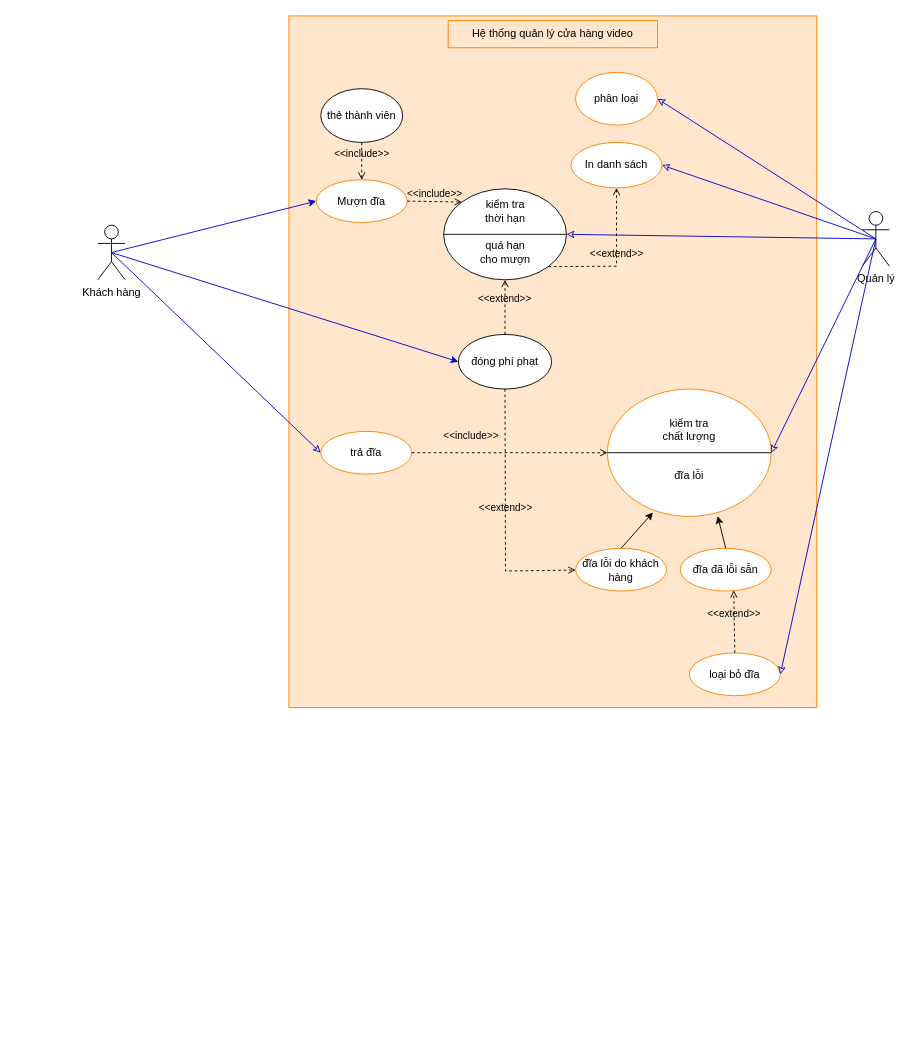
Earlier version of the draw.io diagram src/baitapuclab123/MoHinhUClap3b.drawio (phongtruong2106/SE_Nhom2_K14DCPM02). Source tidied: cells renumbered, new cells numbered last; positions are measured from the earlier drawing's top-left corner, leaving out a move shared by most shapes. Both pictures are drawn from the tidied source at 91%, with x=0, y=0 at pixel (97, 15).
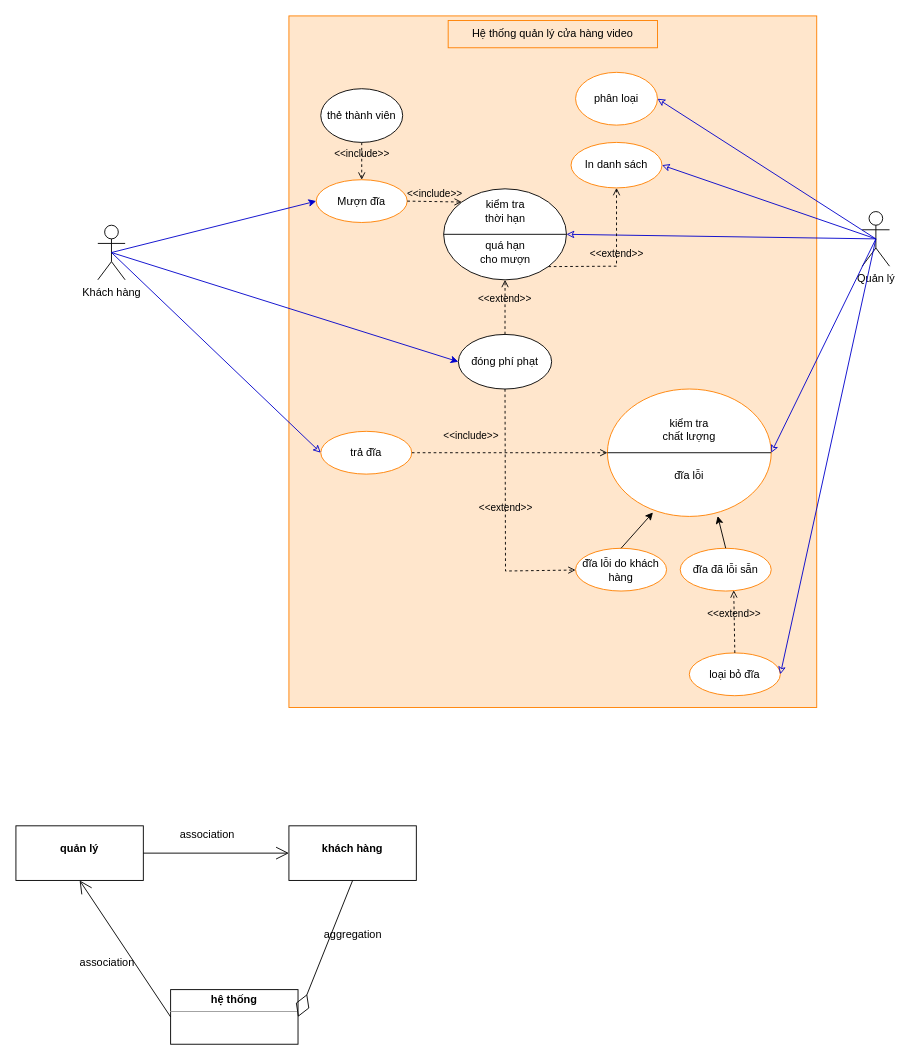
Above is the later version.

The edit, as a diff of the source:
```diff
@@
+    <mxCell id="40" value="&lt;p style=&quot;margin: 0px ; margin-top: 4px ; text-align: center&quot;&gt;&lt;br&gt;&lt;b&gt;quản lý&lt;/b&gt;&lt;/p&gt;" style="verticalAlign=top;align=left;overflow=fill;fontSize=12;fontFamily=Helvetica;html=1;" parent="1" vertex="1">
+      <mxGeometry x="-90" y="890" width="140" height="60" as="geometry" />
+    </mxCell>
+    <mxCell id="41" value="&lt;p style=&quot;margin: 0px ; margin-top: 4px ; text-align: center&quot;&gt;&lt;br&gt;&lt;b&gt;khách hàng&lt;/b&gt;&lt;/p&gt;" style="verticalAlign=top;align=left;overflow=fill;fontSize=12;fontFamily=Helvetica;html=1;" parent="1" vertex="1">
+      <mxGeometry x="210" y="890" width="140" height="60" as="geometry" />
+    </mxCell>
+    <mxCell id="42" value="&lt;p style=&quot;margin: 0px ; margin-top: 4px ; text-align: center&quot;&gt;&lt;b&gt;hệ thống&lt;/b&gt;&lt;/p&gt;&lt;hr size=&quot;1&quot;&gt;&lt;div style=&quot;height: 2px&quot;&gt;&lt;/div&gt;" style="verticalAlign=top;align=left;overflow=fill;fontSize=12;fontFamily=Helvetica;html=1;" parent="1" vertex="1">
+      <mxGeometry x="80" y="1070" width="140" height="60" as="geometry" />
+    </mxCell>
+    <mxCell id="43" style="endArrow=open;endFill=1;endSize=12;html=1;exitX=1;exitY=0.5;exitDx=0;exitDy=0;entryX=0;entryY=0.5;entryDx=0;entryDy=0;" parent="1" edge="1" source="40" target="41">
+      <mxGeometry relative="1" as="geometry" />
+    </mxCell>
+    <mxCell id="44" style="endArrow=diamondThin;endFill=0;endSize=24;html=1;entryX=1;entryY=0.5;entryDx=0;entryDy=0;exitX=0.5;exitY=1;exitDx=0;exitDy=0;" parent="1" edge="1" source="41" target="42">
+      <mxGeometry relative="1" as="geometry" />
+    </mxCell>
+    <mxCell id="45" style="endArrow=open;endFill=1;endSize=12;html=1;exitX=0;exitY=0.5;exitDx=0;exitDy=0;entryX=0.5;entryY=1;entryDx=0;entryDy=0;" parent="1" edge="1" source="42" target="40">
+      <mxGeometry relative="1" as="geometry" />
+    </mxCell>
+    <mxCell id="46" value="association" style="text;html=1;align=center;verticalAlign=middle;strokeColor=none;fillColor=none;" parent="1" vertex="1">
+      <mxGeometry x="80" y="890" width="80" height="20" as="geometry" />
+    </mxCell>
+    <mxCell id="47" value="association" style="text;html=1;align=center;verticalAlign=middle;strokeColor=none;fillColor=none;" parent="1" vertex="1">
+      <mxGeometry x="-30" y="1030" width="80" height="20" as="geometry" />
+    </mxCell>
+    <mxCell id="48" value="aggregation" style="text;html=1;align=center;verticalAlign=middle;strokeColor=none;fillColor=none;" parent="1" vertex="1">
+      <mxGeometry x="240" y="1000" width="80" height="20" as="geometry" />
+    </mxCell>
```
